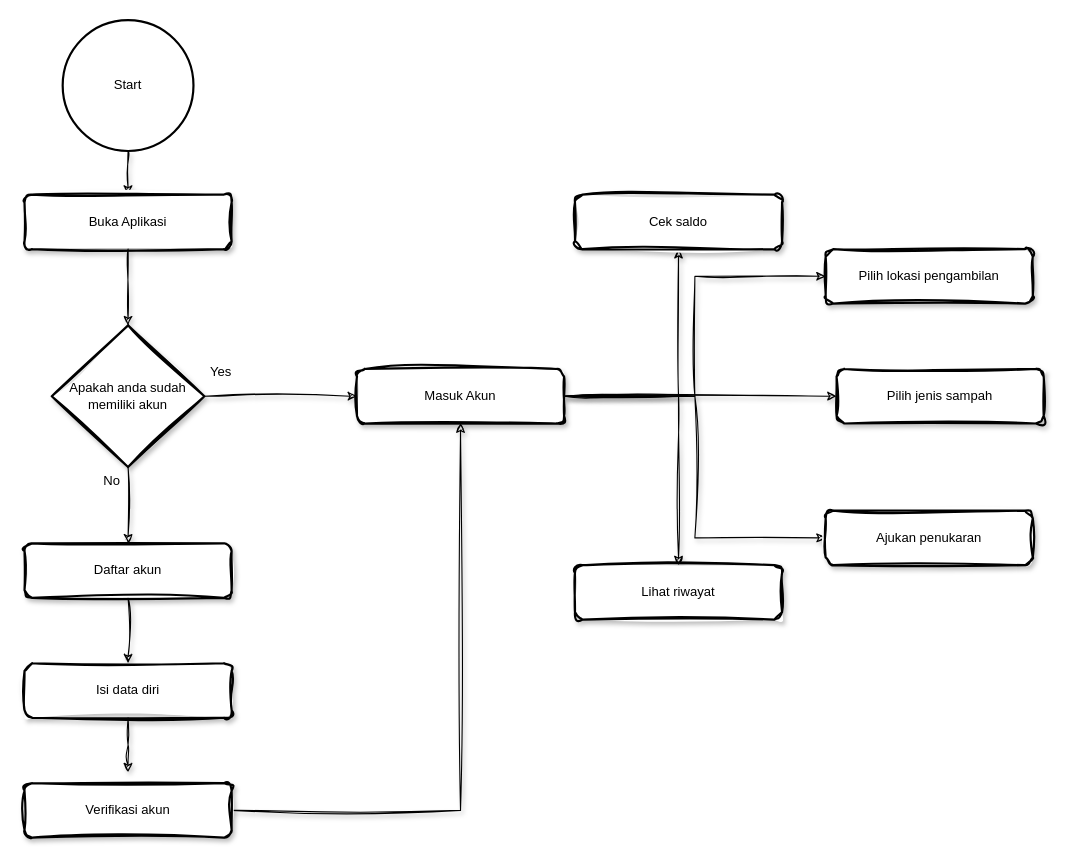
This is assets/Diagram/Flowchart AmplopKu.drawio from fdhliakbar/amplopku, a draw.io file, before an edit. Source tidied: cells renumbered, new cells numbered last; positions are measured from the earlier drawing's top-left corner, leaving out a move shared by most shapes. Both pictures are drawn from the tidied source at 109%, with x=0, y=0 at pixel (24, 20).
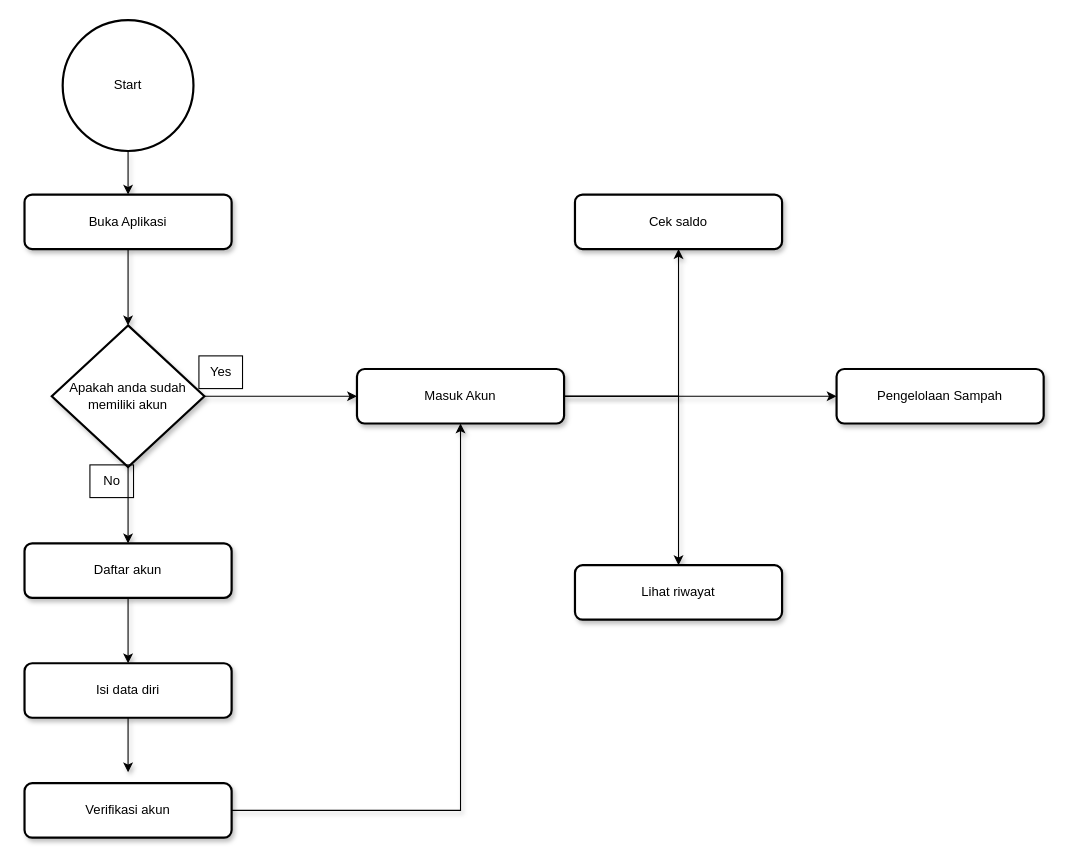
Above is the later version.

Change to the diagram source:
```diff
@@
-    <mxCell id="2" style="edgeStyle=orthogonalEdgeStyle;rounded=0;jettySize=auto;html=1;entryX=0.5;entryY=0;entryDx=0;entryDy=0;sketch=1;curveFitting=1;jiggle=2;shadow=1;" parent="1" edge="1" source="3" target="5">
+    <mxCell id="2" style="edgeStyle=orthogonalEdgeStyle;rounded=0;jettySize=auto;html=1;entryX=0.5;entryY=0;entryDx=0;entryDy=0;shadow=1;strokeColor=default;" parent="1" edge="1" source="3" target="5">
       <mxGeometry relative="1" as="geometry" />
     </mxCell>
-    <mxCell id="3" value="Start" style="strokeWidth=2;html=1;shape=mxgraph.flowchart.start_2;whiteSpace=wrap;" parent="1" vertex="1">
+    <mxCell id="3" value="Start" style="strokeWidth=2;html=1;shape=mxgraph.flowchart.start_2;whiteSpace=wrap;strokeColor=default;" parent="1" vertex="1">
       <mxGeometry x="35" width="120" height="120" as="geometry" />
     </mxCell>
-    <mxCell id="4" style="edgeStyle=orthogonalEdgeStyle;rounded=0;jettySize=auto;html=1;sketch=1;curveFitting=1;jiggle=2;shadow=1;" parent="1" edge="1" source="5" target="8">
+    <mxCell id="4" style="edgeStyle=orthogonalEdgeStyle;rounded=0;jettySize=auto;html=1;shadow=1;strokeColor=default;" parent="1" edge="1" source="5" target="8">
       <mxGeometry relative="1" as="geometry" />
     </mxCell>
-    <mxCell id="5" value="Buka Aplikasi" style="rounded=1;whiteSpace=wrap;html=1;absoluteArcSize=1;arcSize=14;strokeWidth=2;sketch=1;curveFitting=1;jiggle=2;shadow=1;" parent="1" vertex="1">
+    <mxCell id="5" value="Buka Aplikasi" style="rounded=1;whiteSpace=wrap;html=1;absoluteArcSize=1;arcSize=14;strokeWidth=2;shadow=1;strokeColor=default;" parent="1" vertex="1">
       <mxGeometry y="160" width="190" height="50" as="geometry" />
     </mxCell>
-    <mxCell id="6" style="edgeStyle=orthogonalEdgeStyle;rounded=0;jettySize=auto;html=1;entryX=0.5;entryY=0;entryDx=0;entryDy=0;sketch=1;curveFitting=1;jiggle=2;shadow=1;" parent="1" edge="1" source="8" target="10">
+    <mxCell id="6" style="edgeStyle=orthogonalEdgeStyle;rounded=0;jettySize=auto;html=1;entryX=0.5;entryY=0;entryDx=0;entryDy=0;shadow=1;strokeColor=default;" parent="1" edge="1" source="8" target="10">
       <mxGeometry relative="1" as="geometry" />
     </mxCell>
-    <mxCell id="7" style="edgeStyle=orthogonalEdgeStyle;rounded=0;jettySize=auto;html=1;entryX=0;entryY=0.5;entryDx=0;entryDy=0;sketch=1;curveFitting=1;jiggle=2;shadow=1;" parent="1" edge="1" source="8" target="18">
+    <mxCell id="7" style="edgeStyle=orthogonalEdgeStyle;rounded=0;jettySize=auto;html=1;entryX=0;entryY=0.5;entryDx=0;entryDy=0;shadow=1;strokeColor=default;" parent="1" edge="1" source="8" target="18">
       <mxGeometry relative="1" as="geometry" />
     </mxCell>
-    <mxCell id="8" value="Apakah anda sudah memiliki akun" style="strokeWidth=2;html=1;shape=mxgraph.flowchart.decision;whiteSpace=wrap;sketch=1;curveFitting=1;jiggle=2;shadow=1;" parent="1" vertex="1">
+    <mxCell id="8" value="Apakah anda sudah memiliki akun" style="strokeWidth=2;html=1;shape=mxgraph.flowchart.decision;whiteSpace=wrap;shadow=1;strokeColor=default;" parent="1" vertex="1">
       <mxGeometry x="25" y="280" width="140" height="130" as="geometry" />
     </mxCell>
-    <mxCell id="9" style="edgeStyle=orthogonalEdgeStyle;rounded=0;jettySize=auto;html=1;entryX=0.5;entryY=0;entryDx=0;entryDy=0;sketch=1;curveFitting=1;jiggle=2;shadow=1;" parent="1" edge="1" source="10" target="12">
+    <mxCell id="9" style="edgeStyle=orthogonalEdgeStyle;rounded=0;jettySize=auto;html=1;entryX=0.5;entryY=0;entryDx=0;entryDy=0;shadow=1;strokeColor=default;" parent="1" edge="1" source="10" target="12">
       <mxGeometry relative="1" as="geometry" />
     </mxCell>
-    <mxCell id="10" value="Daftar akun" style="rounded=1;whiteSpace=wrap;html=1;absoluteArcSize=1;arcSize=14;strokeWidth=2;sketch=1;curveFitting=1;jiggle=2;shadow=1;" parent="1" vertex="1">
+    <mxCell id="10" value="Daftar akun" style="rounded=1;whiteSpace=wrap;html=1;absoluteArcSize=1;arcSize=14;strokeWidth=2;shadow=1;strokeColor=default;" parent="1" vertex="1">
       <mxGeometry y="480" width="190" height="50" as="geometry" />
     </mxCell>
-    <mxCell id="11" style="edgeStyle=orthogonalEdgeStyle;rounded=0;jettySize=auto;html=1;entryX=0.5;entryY=0;entryDx=0;entryDy=0;sketch=1;curveFitting=1;jiggle=2;shadow=1;" parent="1" edge="1" source="12">
+    <mxCell id="11" style="edgeStyle=orthogonalEdgeStyle;rounded=0;jettySize=auto;html=1;entryX=0.5;entryY=0;entryDx=0;entryDy=0;shadow=1;strokeColor=default;" parent="1" edge="1" source="12">
       <mxGeometry relative="1" as="geometry">
         <mxPoint x="95" y="690" as="targetPoint" />
       </mxGeometry>
     </mxCell>
-    <mxCell id="12" value="Isi data diri" style="rounded=1;whiteSpace=wrap;html=1;absoluteArcSize=1;arcSize=14;strokeWidth=2;sketch=1;curveFitting=1;jiggle=2;shadow=1;" parent="1" vertex="1">
+    <mxCell id="12" value="Isi data diri" style="rounded=1;whiteSpace=wrap;html=1;absoluteArcSize=1;arcSize=14;strokeWidth=2;shadow=1;strokeColor=default;" parent="1" vertex="1">
       <mxGeometry y="590" width="190" height="50" as="geometry" />
     </mxCell>
-    <mxCell id="13" style="edgeStyle=orthogonalEdgeStyle;rounded=0;jettySize=auto;html=1;entryX=0.5;entryY=1;entryDx=0;entryDy=0;sketch=1;curveFitting=1;jiggle=2;shadow=1;" parent="1" edge="1" source="18" target="20">
+    <mxCell id="13" style="edgeStyle=orthogonalEdgeStyle;rounded=0;jettySize=auto;html=1;entryX=0.5;entryY=1;entryDx=0;entryDy=0;shadow=1;strokeColor=default;" parent="1" edge="1" source="18" target="20">
       <mxGeometry relative="1" as="geometry" />
     </mxCell>
-    <mxCell id="14" style="edgeStyle=orthogonalEdgeStyle;rounded=0;jettySize=auto;html=1;sketch=1;curveFitting=1;jiggle=2;shadow=1;" parent="1" edge="1" source="18" target="21">
+    <mxCell id="14" style="edgeStyle=orthogonalEdgeStyle;rounded=0;jettySize=auto;html=1;shadow=1;strokeColor=default;" parent="1" edge="1" source="18" target="21">
       <mxGeometry relative="1" as="geometry" />
     </mxCell>
-    <mxCell id="15" style="edgeStyle=orthogonalEdgeStyle;rounded=0;jettySize=auto;html=1;entryX=0;entryY=0.5;entryDx=0;entryDy=0;sketch=1;curveFitting=1;jiggle=2;shadow=1;" parent="1" edge="1" source="18" target="19">
-      <mxGeometry relative="1" as="geometry" />
-    </mxCell>
-    <mxCell id="16" style="edgeStyle=orthogonalEdgeStyle;rounded=0;jettySize=auto;html=1;sketch=1;curveFitting=1;jiggle=2;shadow=1;" parent="1" edge="1" source="18" target="23">
+    <mxCell id="16" style="edgeStyle=orthogonalEdgeStyle;rounded=0;jettySize=auto;html=1;shadow=1;strokeColor=default;" parent="1" edge="1" source="18" target="23">
       <mxGeometry relative="1" as="geometry" />
     </mxCell>
-    <mxCell id="17" style="edgeStyle=orthogonalEdgeStyle;rounded=0;jettySize=auto;html=1;entryX=0;entryY=0.5;entryDx=0;entryDy=0;sketch=1;curveFitting=1;jiggle=2;shadow=1;" parent="1" edge="1" source="18" target="22">
-      <mxGeometry relative="1" as="geometry" />
-    </mxCell>
-    <mxCell id="18" value="Masuk Akun" style="rounded=1;whiteSpace=wrap;html=1;absoluteArcSize=1;arcSize=14;strokeWidth=2;sketch=1;curveFitting=1;jiggle=2;shadow=1;" parent="1" vertex="1">
+    <mxCell id="18" value="Masuk Akun" style="rounded=1;whiteSpace=wrap;html=1;absoluteArcSize=1;arcSize=14;strokeWidth=2;shadow=1;strokeColor=default;" parent="1" vertex="1">
       <mxGeometry x="305" y="320" width="190" height="50" as="geometry" />
     </mxCell>
-    <mxCell id="19" value="Pilih lokasi pengambilan" style="rounded=1;whiteSpace=wrap;html=1;absoluteArcSize=1;arcSize=14;strokeWidth=2;sketch=1;curveFitting=1;jiggle=2;shadow=1;" parent="1" vertex="1">
-      <mxGeometry x="735" y="210" width="190" height="50" as="geometry" />
-    </mxCell>
-    <mxCell id="20" value="Cek saldo" style="rounded=1;whiteSpace=wrap;html=1;absoluteArcSize=1;arcSize=14;strokeWidth=2;sketch=1;curveFitting=1;jiggle=2;shadow=1;" parent="1" vertex="1">
+    <mxCell id="20" value="Cek saldo" style="rounded=1;whiteSpace=wrap;html=1;absoluteArcSize=1;arcSize=14;strokeWidth=2;shadow=1;strokeColor=default;" parent="1" vertex="1">
       <mxGeometry x="505" y="160" width="190" height="50" as="geometry" />
     </mxCell>
-    <mxCell id="21" value="Pilih jenis sampah" style="rounded=1;whiteSpace=wrap;html=1;absoluteArcSize=1;arcSize=14;strokeWidth=2;sketch=1;curveFitting=1;jiggle=2;shadow=1;" parent="1" vertex="1">
+    <mxCell id="21" value="Pengelolaan Sampah" style="rounded=1;whiteSpace=wrap;html=1;absoluteArcSize=1;arcSize=14;strokeWidth=2;shadow=1;strokeColor=default;" parent="1" vertex="1">
       <mxGeometry x="745" y="320" width="190" height="50" as="geometry" />
     </mxCell>
-    <mxCell id="22" value="Ajukan penukaran" style="rounded=1;whiteSpace=wrap;html=1;absoluteArcSize=1;arcSize=14;strokeWidth=2;sketch=1;curveFitting=1;jiggle=2;shadow=1;" parent="1" vertex="1">
-      <mxGeometry x="735" y="450" width="190" height="50" as="geometry" />
-    </mxCell>
-    <mxCell id="23" value="Lihat riwayat" style="rounded=1;whiteSpace=wrap;html=1;absoluteArcSize=1;arcSize=14;strokeWidth=2;sketch=1;curveFitting=1;jiggle=2;shadow=1;" parent="1" vertex="1">
+    <mxCell id="23" value="Lihat riwayat" style="rounded=1;whiteSpace=wrap;html=1;absoluteArcSize=1;arcSize=14;strokeWidth=2;shadow=1;strokeColor=default;" parent="1" vertex="1">
       <mxGeometry x="505" y="500" width="190" height="50" as="geometry" />
     </mxCell>
-    <mxCell id="24" style="edgeStyle=orthogonalEdgeStyle;rounded=0;jettySize=auto;html=1;entryX=0.5;entryY=1;entryDx=0;entryDy=0;sketch=1;curveFitting=1;jiggle=2;shadow=1;" parent="1" edge="1" source="25" target="18">
+    <mxCell id="24" style="edgeStyle=orthogonalEdgeStyle;rounded=0;jettySize=auto;html=1;entryX=0.5;entryY=1;entryDx=0;entryDy=0;shadow=1;strokeColor=default;" parent="1" edge="1" source="25" target="18">
       <mxGeometry relative="1" as="geometry" />
     </mxCell>
-    <mxCell id="25" value="Verifikasi akun" style="rounded=1;whiteSpace=wrap;html=1;absoluteArcSize=1;arcSize=14;strokeWidth=2;sketch=1;curveFitting=1;jiggle=2;shadow=1;" parent="1" vertex="1">
+    <mxCell id="25" value="Verifikasi akun" style="rounded=1;whiteSpace=wrap;html=1;absoluteArcSize=1;arcSize=14;strokeWidth=2;shadow=1;strokeColor=default;" parent="1" vertex="1">
       <mxGeometry y="700" width="190" height="50" as="geometry" />
     </mxCell>
-    <mxCell id="26" value="No" style="text;html=1;align=center;verticalAlign=middle;strokeColor=none;fillColor=none;" parent="1" vertex="1">
+    <mxCell id="26" value="No" style="text;html=1;align=center;verticalAlign=middle;strokeColor=default;fillColor=none;" parent="1" vertex="1">
       <mxGeometry x="60" y="408" width="40" height="30" as="geometry" />
     </mxCell>
-    <mxCell id="27" value="Yes" style="text;html=1;align=center;verticalAlign=middle;strokeColor=none;fillColor=none;" parent="1" vertex="1">
+    <mxCell id="27" value="Yes" style="text;html=1;align=center;verticalAlign=middle;strokeColor=default;fillColor=none;" parent="1" vertex="1">
       <mxGeometry x="160" y="308" width="40" height="30" as="geometry" />
     </mxCell>
```
